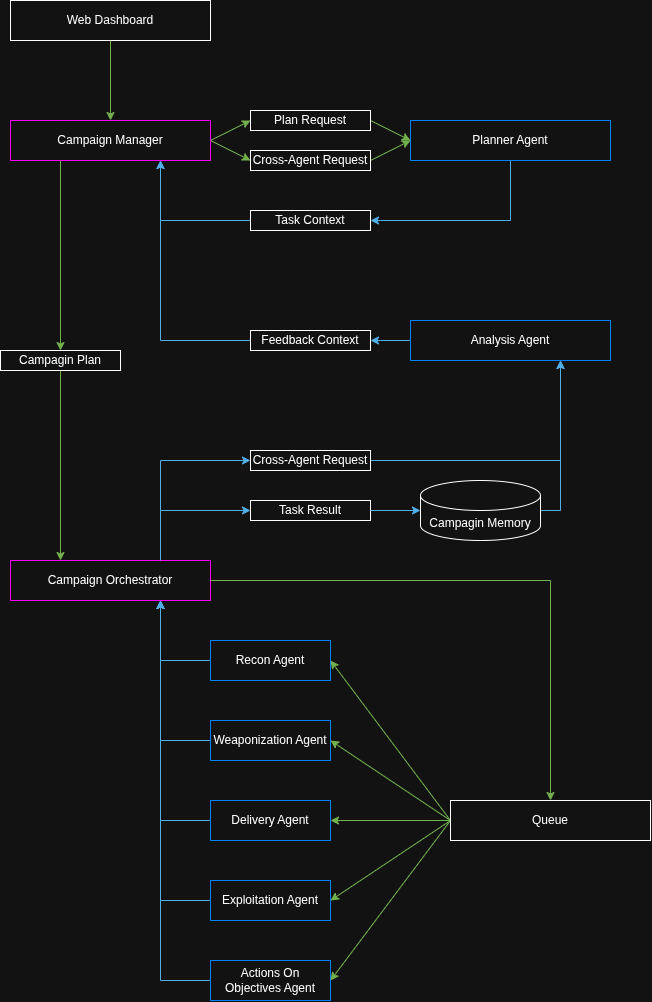
therustymate/ARES keeps this draw.io diagram as rsrc/main_workflow.png. Above is the earlier version. Source tidied: cells renumbered, new cells last; positions are measured from the earlier drawing's top-left corner, leaving out a move shared by most shapes.
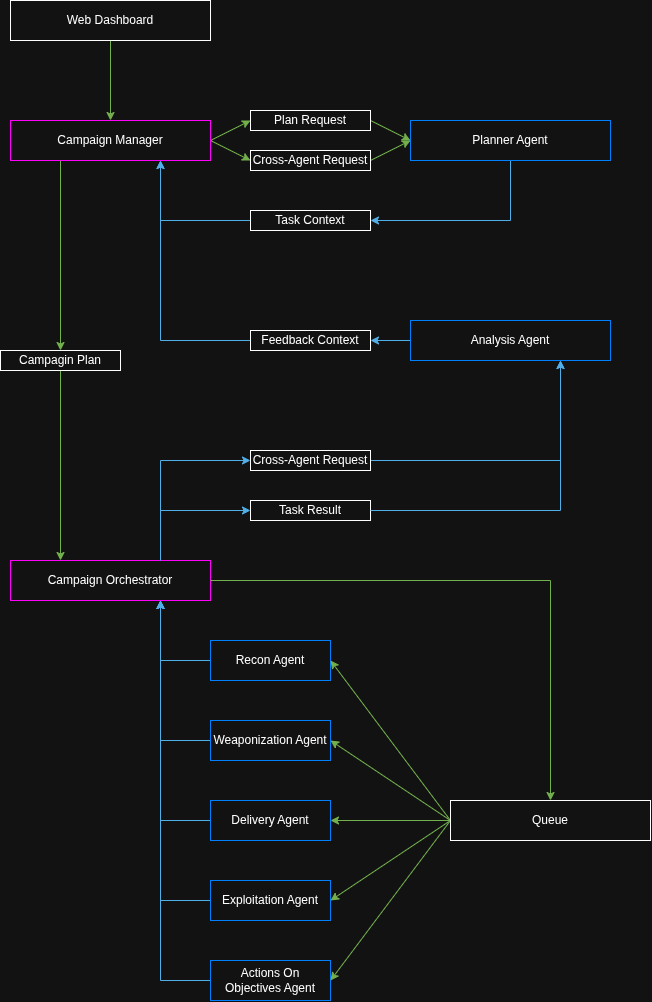
The same file after the commit.

What changed in the source:
```diff
@@ -125,20 +125,14 @@
     <mxCell id="42" value="Campagin Plan" style="rounded=0;whiteSpace=wrap;html=1;rotation=0;" parent="1" vertex="1">
       <mxGeometry y="350" width="120" height="20" as="geometry" />
     </mxCell>
-    <mxCell id="43" style="edgeStyle=orthogonalEdgeStyle;rounded=0;jettySize=auto;html=1;exitX=1;exitY=0.5;exitDx=0;exitDy=0;exitPerimeter=0;entryX=0.75;entryY=1;entryDx=0;entryDy=0;fillColor=#1ba1e2;strokeColor=#006EAF;" parent="1" edge="1" source="44" target="17">
-      <mxGeometry relative="1" as="geometry" />
-    </mxCell>
-    <mxCell id="44" value="Campagin Memory" style="shape=cylinder3;whiteSpace=wrap;html=1;boundedLbl=1;backgroundOutline=1;size=15;" parent="1" vertex="1">
-      <mxGeometry x="420" y="480" width="120" height="60" as="geometry" />
-    </mxCell>
     <mxCell id="45" style="edgeStyle=orthogonalEdgeStyle;rounded=0;jettySize=auto;html=1;exitX=0.75;exitY=0;exitDx=0;exitDy=0;entryX=0;entryY=0.5;entryDx=0;entryDy=0;fillColor=#1ba1e2;strokeColor=#006EAF;" parent="1" edge="1" source="21" target="46">
       <mxGeometry relative="1" as="geometry" />
     </mxCell>
     <mxCell id="46" value="Task Result" style="rounded=0;whiteSpace=wrap;html=1;" parent="1" vertex="1">
       <mxGeometry x="250" y="500" width="120" height="20" as="geometry" />
     </mxCell>
-    <mxCell id="47" style="edgeStyle=orthogonalEdgeStyle;rounded=0;jettySize=auto;html=1;exitX=1;exitY=0.5;exitDx=0;exitDy=0;entryX=0;entryY=0.5;entryDx=0;entryDy=0;fillColor=#1ba1e2;strokeColor=#006EAF;entryPerimeter=0;" parent="1" edge="1" source="46" target="44">
-      <mxGeometry relative="1" as="geometry" />
+    <mxCell id="47" style="edgeStyle=orthogonalEdgeStyle;rounded=0;jettySize=auto;html=1;exitX=1;exitY=0.5;exitDx=0;exitDy=0;entryX=0.75;entryY=1;entryDx=0;entryDy=0;fillColor=#1ba1e2;strokeColor=#006EAF;" parent="1" edge="1" source="46" target="17">
+      <mxGeometry x="-0.85" relative="1" as="geometry" />
     </mxCell>
   </root>
 </mxGraphModel>
```
